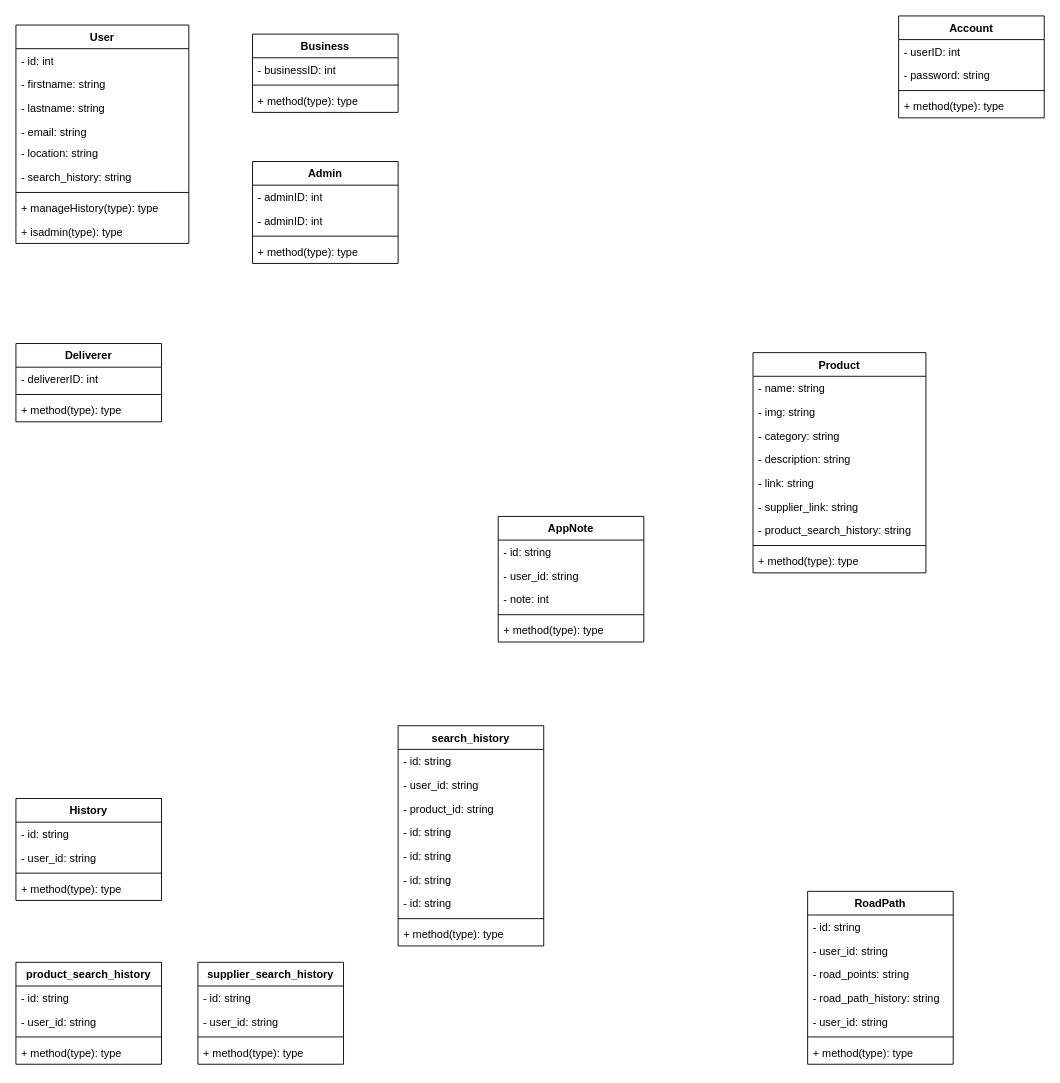
Valeryio/System-Draws keeps this draw.io diagram as page "class diagrams" (2 of 2) of Diagramme sans nom.drawio. Above is the earlier version. Source tidied: cells renumbered, new cells numbered last; positions are measured from the earlier drawing's top-left corner, leaving out a move shared by most shapes. Both pictures are drawn from the tidied source at 91%, with x=0, y=0 at pixel (15, 15).
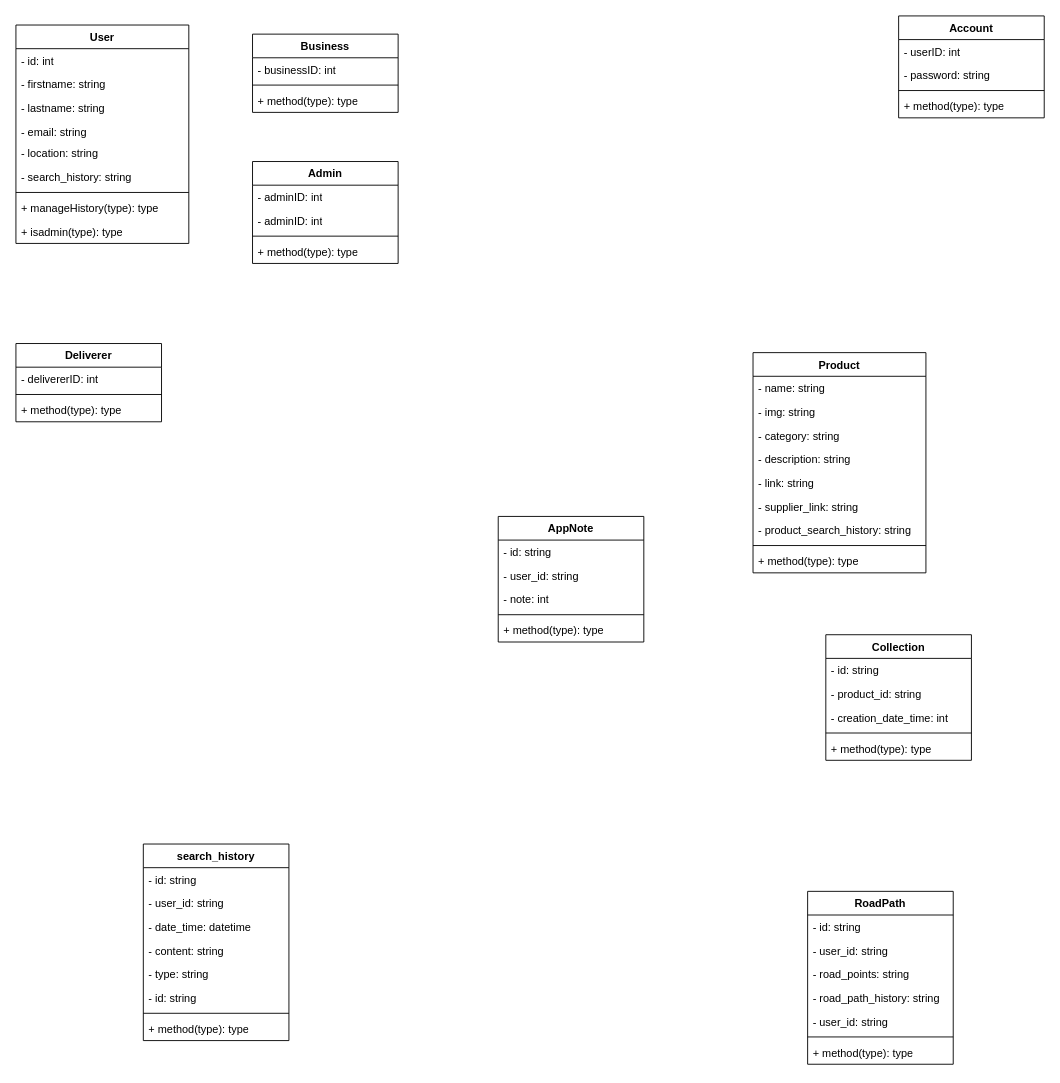
The same page after the edit.

Change to the diagram source:
```diff
@@
-    <mxCell id="35" value="History" style="swimlane;fontStyle=1;align=center;verticalAlign=top;horizontal=1;startSize=26;whiteSpace=wrap;html=1;" parent="1" vertex="1">
-      <mxGeometry y="860" width="160" height="112" as="geometry" />
-    </mxCell>
-    <mxCell id="36" value="- id: string" style="text;strokeColor=none;fillColor=none;align=left;verticalAlign=top;spacingLeft=4;spacingRight=4;overflow=hidden;whiteSpace=wrap;html=1;" parent="35" vertex="1">
-      <mxGeometry y="26" width="160" height="26" as="geometry" />
-    </mxCell>
-    <mxCell id="37" value="- user_id: string" style="text;strokeColor=none;fillColor=none;align=left;verticalAlign=top;spacingLeft=4;spacingRight=4;overflow=hidden;whiteSpace=wrap;html=1;" parent="35" vertex="1">
-      <mxGeometry y="52" width="160" height="26" as="geometry" />
-    </mxCell>
-    <mxCell id="38" style="line;strokeWidth=1;fillColor=none;align=left;verticalAlign=middle;spacingTop=-1;spacingLeft=3;spacingRight=3;labelPosition=right;strokeColor=inherit;" parent="35" vertex="1">
-      <mxGeometry y="78" width="160" height="8" as="geometry" />
-    </mxCell>
-    <mxCell id="39" value="+ method(type): type" style="text;strokeColor=none;fillColor=none;align=left;verticalAlign=top;spacingLeft=4;spacingRight=4;overflow=hidden;whiteSpace=wrap;html=1;" parent="35" vertex="1">
-      <mxGeometry y="86" width="160" height="26" as="geometry" />
-    </mxCell>
-    <mxCell id="40" value="product_search_history" style="swimlane;fontStyle=1;align=center;verticalAlign=top;horizontal=1;startSize=26;whiteSpace=wrap;html=1;" parent="1" vertex="1">
-      <mxGeometry y="1040" width="160" height="112" as="geometry" />
-    </mxCell>
-    <mxCell id="41" value="- id: string" style="text;strokeColor=none;fillColor=none;align=left;verticalAlign=top;spacingLeft=4;spacingRight=4;overflow=hidden;whiteSpace=wrap;html=1;" parent="40" vertex="1">
-      <mxGeometry y="26" width="160" height="26" as="geometry" />
-    </mxCell>
-    <mxCell id="42" value="- user_id: string" style="text;strokeColor=none;fillColor=none;align=left;verticalAlign=top;spacingLeft=4;spacingRight=4;overflow=hidden;whiteSpace=wrap;html=1;" parent="40" vertex="1">
-      <mxGeometry y="52" width="160" height="26" as="geometry" />
-    </mxCell>
-    <mxCell id="43" style="line;strokeWidth=1;fillColor=none;align=left;verticalAlign=middle;spacingTop=-1;spacingLeft=3;spacingRight=3;labelPosition=right;strokeColor=inherit;" parent="40" vertex="1">
-      <mxGeometry y="78" width="160" height="8" as="geometry" />
-    </mxCell>
-    <mxCell id="44" value="+ method(type): type" style="text;strokeColor=none;fillColor=none;align=left;verticalAlign=top;spacingLeft=4;spacingRight=4;overflow=hidden;whiteSpace=wrap;html=1;" parent="40" vertex="1">
-      <mxGeometry y="86" width="160" height="26" as="geometry" />
-    </mxCell>
-    <mxCell id="45" value="supplier&lt;span style=&quot;background-color: initial;&quot;&gt;_search_history&lt;/span&gt;" style="swimlane;fontStyle=1;align=center;verticalAlign=top;horizontal=1;startSize=26;whiteSpace=wrap;html=1;" parent="1" vertex="1">
-      <mxGeometry x="200" y="1040" width="160" height="112" as="geometry" />
-    </mxCell>
-    <mxCell id="46" value="- id: string" style="text;strokeColor=none;fillColor=none;align=left;verticalAlign=top;spacingLeft=4;spacingRight=4;overflow=hidden;whiteSpace=wrap;html=1;" parent="45" vertex="1">
-      <mxGeometry y="26" width="160" height="26" as="geometry" />
-    </mxCell>
-    <mxCell id="47" value="- user_id: string" style="text;strokeColor=none;fillColor=none;align=left;verticalAlign=top;spacingLeft=4;spacingRight=4;overflow=hidden;whiteSpace=wrap;html=1;" parent="45" vertex="1">
-      <mxGeometry y="52" width="160" height="26" as="geometry" />
-    </mxCell>
-    <mxCell id="48" style="line;strokeWidth=1;fillColor=none;align=left;verticalAlign=middle;spacingTop=-1;spacingLeft=3;spacingRight=3;labelPosition=right;strokeColor=inherit;" parent="45" vertex="1">
-      <mxGeometry y="78" width="160" height="8" as="geometry" />
-    </mxCell>
-    <mxCell id="49" value="+ method(type): type" style="text;strokeColor=none;fillColor=none;align=left;verticalAlign=top;spacingLeft=4;spacingRight=4;overflow=hidden;whiteSpace=wrap;html=1;" parent="45" vertex="1">
-      <mxGeometry y="86" width="160" height="26" as="geometry" />
-    </mxCell>
@@
     <mxCell id="69" value="&lt;div&gt;&lt;span style=&quot;background-color: initial;&quot;&gt;search_history&lt;/span&gt;&lt;/div&gt;" style="swimlane;fontStyle=1;align=center;verticalAlign=top;horizontal=1;startSize=26;whiteSpace=wrap;html=1;" parent="1" vertex="1">
-      <mxGeometry x="420" y="780" width="160" height="242" as="geometry" />
+      <mxGeometry x="140" y="910" width="160" height="216" as="geometry" />
     </mxCell>
@@
-    <mxCell id="72" value="- product_id: string" style="text;strokeColor=none;fillColor=none;align=left;verticalAlign=top;spacingLeft=4;spacingRight=4;overflow=hidden;whiteSpace=wrap;html=1;" parent="69" vertex="1">
-      <mxGeometry y="78" width="160" height="26" as="geometry" />
-    </mxCell>
-    <mxCell id="73" value="- id: string" style="text;strokeColor=none;fillColor=none;align=left;verticalAlign=top;spacingLeft=4;spacingRight=4;overflow=hidden;whiteSpace=wrap;html=1;" parent="69" vertex="1">
-      <mxGeometry y="104" width="160" height="26" as="geometry" />
+    <mxCell id="73" value="- date_time: datetime" style="text;strokeColor=none;fillColor=none;align=left;verticalAlign=top;spacingLeft=4;spacingRight=4;overflow=hidden;whiteSpace=wrap;html=1;" parent="69" vertex="1">
+      <mxGeometry y="78" width="160" height="26" as="geometry" />
     </mxCell>
-    <mxCell id="74" value="- id: string" style="text;strokeColor=none;fillColor=none;align=left;verticalAlign=top;spacingLeft=4;spacingRight=4;overflow=hidden;whiteSpace=wrap;html=1;" parent="69" vertex="1">
-      <mxGeometry y="130" width="160" height="26" as="geometry" />
+    <mxCell id="74" value="- content: string" style="text;strokeColor=none;fillColor=none;align=left;verticalAlign=top;spacingLeft=4;spacingRight=4;overflow=hidden;whiteSpace=wrap;html=1;" parent="69" vertex="1">
+      <mxGeometry y="104" width="160" height="26" as="geometry" />
     </mxCell>
-    <mxCell id="75" value="- id: string" style="text;strokeColor=none;fillColor=none;align=left;verticalAlign=top;spacingLeft=4;spacingRight=4;overflow=hidden;whiteSpace=wrap;html=1;" parent="69" vertex="1">
-      <mxGeometry y="156" width="160" height="26" as="geometry" />
+    <mxCell id="75" value="- type: string" style="text;strokeColor=none;fillColor=none;align=left;verticalAlign=top;spacingLeft=4;spacingRight=4;overflow=hidden;whiteSpace=wrap;html=1;" parent="69" vertex="1">
+      <mxGeometry y="130" width="160" height="26" as="geometry" />
     </mxCell>
     <mxCell id="76" value="- id: string" style="text;strokeColor=none;fillColor=none;align=left;verticalAlign=top;spacingLeft=4;spacingRight=4;overflow=hidden;whiteSpace=wrap;html=1;" parent="69" vertex="1">
-      <mxGeometry y="182" width="160" height="26" as="geometry" />
+      <mxGeometry y="156" width="160" height="26" as="geometry" />
     </mxCell>
     <mxCell id="77" style="line;strokeWidth=1;fillColor=none;align=left;verticalAlign=middle;spacingTop=-1;spacingLeft=3;spacingRight=3;labelPosition=right;strokeColor=inherit;" parent="69" vertex="1">
-      <mxGeometry y="208" width="160" height="8" as="geometry" />
+      <mxGeometry y="182" width="160" height="8" as="geometry" />
     </mxCell>
     <mxCell id="78" value="+ method(type): type" style="text;strokeColor=none;fillColor=none;align=left;verticalAlign=top;spacingLeft=4;spacingRight=4;overflow=hidden;whiteSpace=wrap;html=1;" parent="69" vertex="1">
-      <mxGeometry y="216" width="160" height="26" as="geometry" />
+      <mxGeometry y="190" width="160" height="26" as="geometry" />
     </mxCell>
+    <mxCell id="79" value="Collection" style="swimlane;fontStyle=1;align=center;verticalAlign=top;horizontal=1;startSize=26;whiteSpace=wrap;html=1;" parent="1" vertex="1">
+      <mxGeometry x="890" y="680" width="160" height="138" as="geometry" />
+    </mxCell>
+    <mxCell id="80" value="- id: string" style="text;strokeColor=none;fillColor=none;align=left;verticalAlign=top;spacingLeft=4;spacingRight=4;overflow=hidden;whiteSpace=wrap;html=1;" parent="79" vertex="1">
+      <mxGeometry y="26" width="160" height="26" as="geometry" />
+    </mxCell>
+    <mxCell id="72" value="- product_id: string" style="text;strokeColor=none;fillColor=none;align=left;verticalAlign=top;spacingLeft=4;spacingRight=4;overflow=hidden;whiteSpace=wrap;html=1;" parent="79" vertex="1">
+      <mxGeometry y="52" width="160" height="26" as="geometry" />
+    </mxCell>
+    <mxCell id="81" value="- creation_date_time: int" style="text;strokeColor=none;fillColor=none;align=left;verticalAlign=top;spacingLeft=4;spacingRight=4;overflow=hidden;whiteSpace=wrap;html=1;" parent="79" vertex="1">
+      <mxGeometry y="78" width="160" height="26" as="geometry" />
+    </mxCell>
+    <mxCell id="82" style="line;strokeWidth=1;fillColor=none;align=left;verticalAlign=middle;spacingTop=-1;spacingLeft=3;spacingRight=3;labelPosition=right;strokeColor=inherit;" parent="79" vertex="1">
+      <mxGeometry y="104" width="160" height="8" as="geometry" />
+    </mxCell>
+    <mxCell id="83" value="+ method(type): type" style="text;strokeColor=none;fillColor=none;align=left;verticalAlign=top;spacingLeft=4;spacingRight=4;overflow=hidden;whiteSpace=wrap;html=1;" parent="79" vertex="1">
+      <mxGeometry y="112" width="160" height="26" as="geometry" />
+    </mxCell>
```
